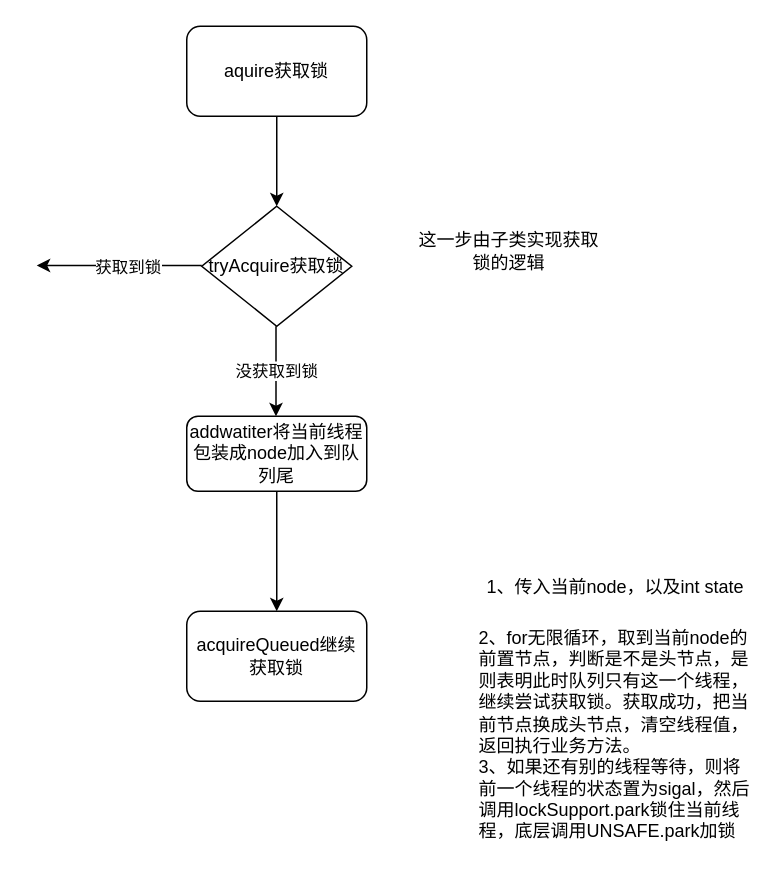
qinhaohao1114/my-draw keeps this draw.io diagram as aqs.drawio. Above is the earlier version. Source tidied: cells renumbered, new cells numbered last; positions are measured from the earlier drawing's top-left corner, leaving out a move shared by most shapes. Both pictures are drawn from the tidied source at 150%, with x=0, y=0 at pixel (36, 26).
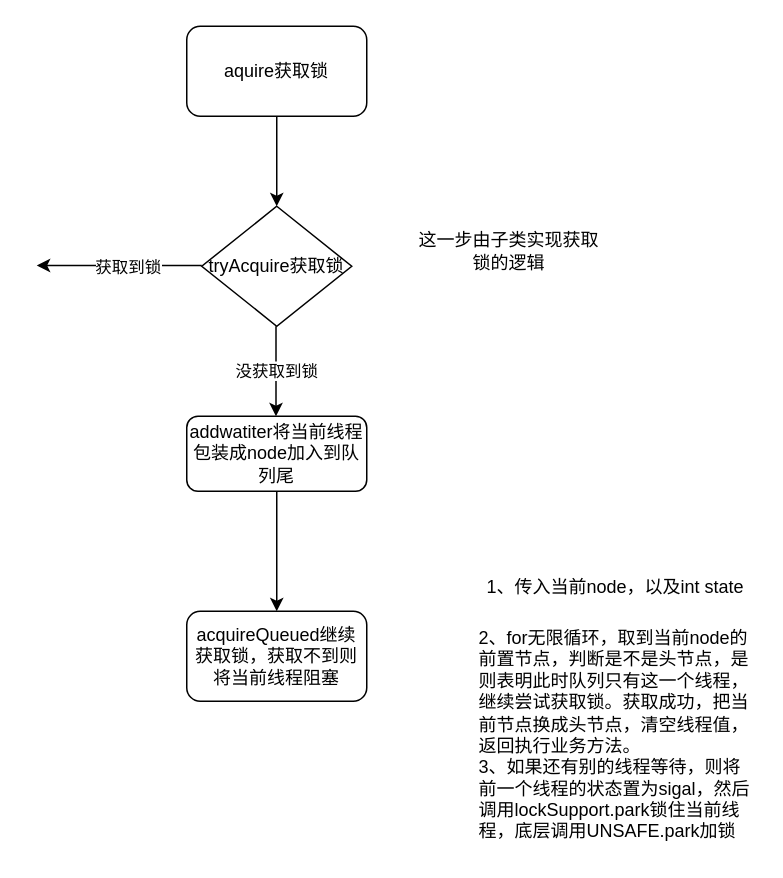
Above is the later version.

Change to the diagram source:
```diff
@@
 <mxGraphModel>
   <root>
     <mxCell id="0" />
     <mxCell id="1" parent="0" />
     <mxCell id="2" style="edgeStyle=orthogonalEdgeStyle;rounded=0;jettySize=auto;html=1;exitX=0.5;exitY=1;exitDx=0;exitDy=0;entryX=0.5;entryY=0;entryDx=0;entryDy=0;" parent="1" edge="1" source="3">
       <mxGeometry relative="1" as="geometry">
         <mxPoint x="160" y="120" as="targetPoint" />
       </mxGeometry>
     </mxCell>
     <mxCell id="3" value="aquire获取锁" style="rounded=1;whiteSpace=wrap;html=1;" parent="1" vertex="1">
       <mxGeometry x="100" width="120" height="60" as="geometry" />
     </mxCell>
     <mxCell id="4" value="没获取到锁" style="edgeStyle=orthogonalEdgeStyle;rounded=0;orthogonalLoop=1;jettySize=auto;html=1;entryX=0.5;entryY=0;entryDx=0;entryDy=0;" parent="1" edge="1">
       <mxGeometry relative="1" as="geometry">
         <mxPoint x="159.5" y="200" as="sourcePoint" />
         <mxPoint x="159.5" y="260" as="targetPoint" />
       </mxGeometry>
     </mxCell>
     <mxCell id="5" style="edgeStyle=orthogonalEdgeStyle;rounded=0;orthogonalLoop=1;jettySize=auto;html=1;exitX=0;exitY=0.5;exitDx=0;exitDy=0;" parent="1" edge="1">
       <mxGeometry relative="1" as="geometry">
         <mxPoint x="110" y="159.5" as="sourcePoint" />
         <mxPoint y="159.5" as="targetPoint" />
       </mxGeometry>
     </mxCell>
     <mxCell id="6" value="获取到锁" style="edgeLabel;html=1;align=center;verticalAlign=middle;" parent="5" vertex="1">
       <mxGeometry x="0.11" y="1" relative="1" as="geometry">
         <mxPoint x="11" y="-0.5" as="offset" />
       </mxGeometry>
     </mxCell>
     <mxCell id="7" value="这一步由子类实现获取锁的逻辑" style="text;html=1;strokeColor=none;fillColor=none;align=center;verticalAlign=middle;whiteSpace=wrap;rounded=0;" parent="1" vertex="1">
       <mxGeometry x="250" y="140" width="130" height="20" as="geometry" />
     </mxCell>
     <mxCell id="8" value="tryAcquire获取锁" style="rhombus;whiteSpace=wrap;html=1;" parent="1" vertex="1">
       <mxGeometry x="110" y="120" width="100" height="80" as="geometry" />
     </mxCell>
     <mxCell id="9" style="edgeStyle=orthogonalEdgeStyle;rounded=0;jettySize=auto;html=1;entryX=0.5;entryY=0;entryDx=0;entryDy=0;" parent="1" edge="1" source="10" target="11">
       <mxGeometry relative="1" as="geometry" />
     </mxCell>
     <mxCell id="10" value="addwatiter将当前线程包装成node加入到队列尾" style="rounded=1;whiteSpace=wrap;html=1;" parent="1" vertex="1">
       <mxGeometry x="100" y="260" width="120" height="50" as="geometry" />
     </mxCell>
-    <mxCell id="11" value="acquireQueued继续获取锁" style="rounded=1;whiteSpace=wrap;html=1;" parent="1" vertex="1">
+    <mxCell id="11" value="acquireQueued继续获取锁，获取不到则将当前线程阻塞" style="rounded=1;whiteSpace=wrap;html=1;" parent="1" vertex="1">
       <mxGeometry x="100" y="390" width="120" height="60" as="geometry" />
     </mxCell>
     <mxCell id="12" value="&lt;h1 style=&quot;text-align: center&quot;&gt;&lt;span style=&quot;font-size: 12px ; font-weight: 400&quot;&gt;1、传入当前node，以及int state&lt;/span&gt;&lt;/h1&gt;&lt;div&gt;&lt;span style=&quot;font-size: 12px ; font-weight: 400&quot;&gt;2、for无限循环，取到当前node的前置节点，判断是不是头节点，是则表明此时队列只有这一个线程，继续尝试获取锁。获取成功，把当前节点换成头节点，清空线程值，返回执行业务方法。&lt;/span&gt;&lt;/div&gt;&lt;div&gt;3、如果还有别的线程等待，则将前一个线程的状态置为sigal，然后调用lockSupport.park锁住当前线程，底层调用UNSAFE.park加锁&lt;/div&gt;" style="text;html=1;strokeColor=none;fillColor=none;spacing=5;spacingTop=-20;whiteSpace=wrap;overflow=hidden;rounded=0;" parent="1" vertex="1">
       <mxGeometry x="290" y="350" width="190" height="200" as="geometry" />
     </mxCell>
   </root>
 </mxGraphModel>
```
